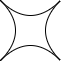
Earlier version of the draw.io export test.drawio.png (Hanochliu323/MyDiagrams). Source tidied: cells renumbered, new cells last; positions are measured from the earlier drawing's top-left corner, leaving out a move shared by most shapes.
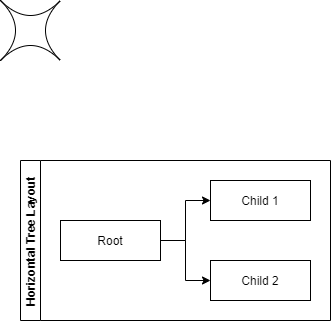
The same file after the commit.

Diff of the diagram source:
```diff
@@ -5,5 +5,23 @@
     <mxCell id="2" style="shape=switch;whiteSpace=wrap;html=1;" parent="1" vertex="1">
       <mxGeometry width="60" height="60" as="geometry" />
     </mxCell>
+    <mxCell id="3" value="Horizontal Tree Layout" style="swimlane;startSize=20;horizontal=0;horizontalTree=1;containerType=tree;" parent="1" vertex="1">
+      <mxGeometry x="20" y="160" width="310" height="160" as="geometry" />
+    </mxCell>
+    <mxCell id="4" value="Root" style="whiteSpace=wrap;html=1;" parent="3" vertex="1">
+      <mxGeometry x="40" y="60" width="100" height="40" as="geometry" />
+    </mxCell>
+    <mxCell id="5" value="Child 1" style="whiteSpace=wrap;html=1;" parent="3" vertex="1">
+      <mxGeometry x="190" y="20" width="100" height="40" as="geometry" />
+    </mxCell>
+    <mxCell id="6" style="edgeStyle=elbowEdgeStyle;elbow=horizontal;html=1;rounded=0;" parent="3" edge="1" source="4" target="5">
+      <mxGeometry relative="1" as="geometry" />
+    </mxCell>
+    <mxCell id="7" value="Child 2" style="whiteSpace=wrap;html=1;" parent="3" vertex="1">
+      <mxGeometry x="190" y="100" width="100" height="40" as="geometry" />
+    </mxCell>
+    <mxCell id="8" style="edgeStyle=elbowEdgeStyle;elbow=horizontal;html=1;rounded=0;" parent="3" edge="1" source="4" target="7">
+      <mxGeometry relative="1" as="geometry" />
+    </mxCell>
   </root>
 </mxGraphModel>
```
